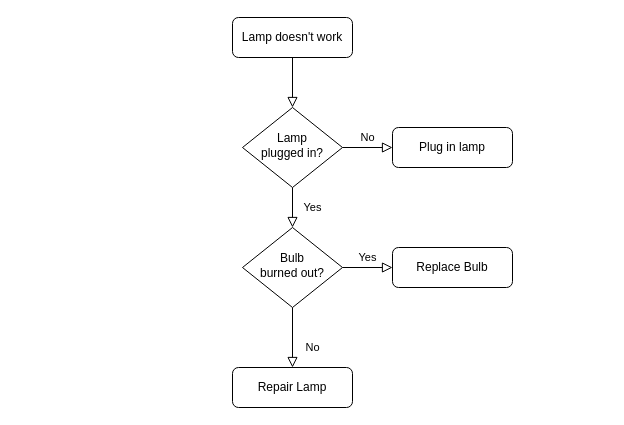
Above: ReservJAVA_app/Untitled Diagram.drawio in jedikb/reservJAVA_app (draw.io), before the change. Source tidied: cells renumbered, new cells numbered last; positions are measured from the earlier drawing's top-left corner, leaving out a move shared by most shapes. Both pictures are drawn from the tidied source at 100%, with x=0, y=0 at pixel (232, 17).
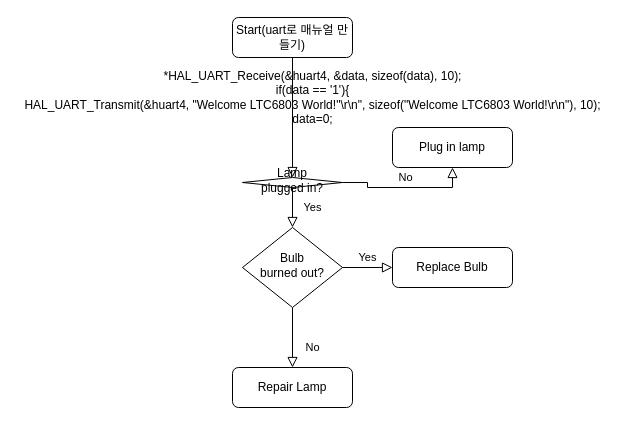
Above is the later version.

The edit, as a diff of the source:
```diff
@@
 <mxGraphModel>
   <root>
     <mxCell id="0" />
     <mxCell id="1" parent="0" />
     <mxCell id="2" style="rounded=0;html=1;jettySize=auto;fontSize=11;endArrow=block;endFill=0;endSize=8;strokeWidth=1;shadow=0;labelBackgroundColor=none;edgeStyle=orthogonalEdgeStyle;" parent="1" edge="1" source="3" target="6">
-      <mxGeometry relative="1" as="geometry" />
+      <mxGeometry relative="1" as="geometry">
+        <Array as="points">
+          <mxPoint x="60" y="90" />
+        </Array>
+      </mxGeometry>
     </mxCell>
-    <mxCell id="3" value="Lamp doesn't work" style="rounded=1;whiteSpace=wrap;html=1;fontSize=12;glass=0;strokeWidth=1;shadow=0;" parent="1" vertex="1">
+    <mxCell id="3" value="Start(uart로 매뉴얼 만들기)" style="rounded=1;whiteSpace=wrap;html=1;fontSize=12;glass=0;strokeWidth=1;shadow=0;" parent="1" vertex="1">
       <mxGeometry width="120" height="40" as="geometry" />
     </mxCell>
     <mxCell id="4" value="Yes" style="rounded=0;html=1;jettySize=auto;fontSize=11;endArrow=block;endFill=0;endSize=8;strokeWidth=1;shadow=0;labelBackgroundColor=none;edgeStyle=orthogonalEdgeStyle;" parent="1" edge="1" source="6" target="10">
       <mxGeometry y="20" relative="1" as="geometry" />
     </mxCell>
     <mxCell id="5" value="No" style="edgeStyle=orthogonalEdgeStyle;rounded=0;html=1;jettySize=auto;fontSize=11;endArrow=block;endFill=0;endSize=8;strokeWidth=1;shadow=0;labelBackgroundColor=none;" parent="1" edge="1" source="6" target="7">
       <mxGeometry y="10" relative="1" as="geometry" />
     </mxCell>
     <mxCell id="6" value="Lamp&lt;br&gt;plugged in?" style="rhombus;whiteSpace=wrap;html=1;shadow=0;fontFamily=Helvetica;fontSize=12;align=center;strokeWidth=1;spacing=6;spacingTop=-4;" parent="1" vertex="1">
-      <mxGeometry x="10" y="90" width="100" height="80" as="geometry" />
+      <mxGeometry x="10" y="160" width="100" height="10" as="geometry" />
     </mxCell>
     <mxCell id="7" value="Plug in lamp" style="rounded=1;whiteSpace=wrap;html=1;fontSize=12;glass=0;strokeWidth=1;shadow=0;" parent="1" vertex="1">
       <mxGeometry x="160" y="110" width="120" height="40" as="geometry" />
     </mxCell>
     <mxCell id="8" value="No" style="rounded=0;html=1;jettySize=auto;fontSize=11;endArrow=block;endFill=0;endSize=8;strokeWidth=1;shadow=0;labelBackgroundColor=none;edgeStyle=orthogonalEdgeStyle;" parent="1" edge="1" source="10" target="11">
       <mxGeometry x="0.33" y="20" relative="1" as="geometry" />
     </mxCell>
     <mxCell id="9" value="Yes" style="edgeStyle=orthogonalEdgeStyle;rounded=0;html=1;jettySize=auto;fontSize=11;endArrow=block;endFill=0;endSize=8;strokeWidth=1;shadow=0;labelBackgroundColor=none;" parent="1" edge="1" source="10" target="12">
       <mxGeometry y="10" relative="1" as="geometry" />
     </mxCell>
     <mxCell id="10" value="Bulb&lt;br&gt;burned out?" style="rhombus;whiteSpace=wrap;html=1;shadow=0;fontFamily=Helvetica;fontSize=12;align=center;strokeWidth=1;spacing=6;spacingTop=-4;" parent="1" vertex="1">
       <mxGeometry x="10" y="210" width="100" height="80" as="geometry" />
     </mxCell>
     <mxCell id="11" value="Repair Lamp" style="rounded=1;whiteSpace=wrap;html=1;fontSize=12;glass=0;strokeWidth=1;shadow=0;" parent="1" vertex="1">
       <mxGeometry y="350" width="120" height="40" as="geometry" />
     </mxCell>
     <mxCell id="12" value="Replace Bulb" style="rounded=1;whiteSpace=wrap;html=1;fontSize=12;glass=0;strokeWidth=1;shadow=0;" parent="1" vertex="1">
       <mxGeometry x="160" y="230" width="120" height="40" as="geometry" />
     </mxCell>
+    <mxCell id="13" value="&lt;div&gt;*HAL_UART_Receive(&amp;amp;huart4, &amp;amp;data, sizeof(data), 10);&lt;/div&gt;&lt;div&gt;&lt;span&gt;  &lt;/span&gt; if(data == '1'){&lt;/div&gt;&lt;div&gt;&lt;span&gt;  &lt;/span&gt; HAL_UART_Transmit(&amp;amp;huart4, &quot;Welcome LTC6803 World!&quot;\r\n&quot;, sizeof(&quot;Welcome LTC6803 World!\r\n&quot;), 10);&lt;/div&gt;&lt;div&gt;&lt;span&gt;  &lt;/span&gt; data=0;&lt;/div&gt;" style="text;html=1;align=center;verticalAlign=middle;" parent="1" vertex="1">
+      <mxGeometry x="-215" y="50" width="590" height="60" as="geometry" />
+    </mxCell>
   </root>
 </mxGraphModel>
```
